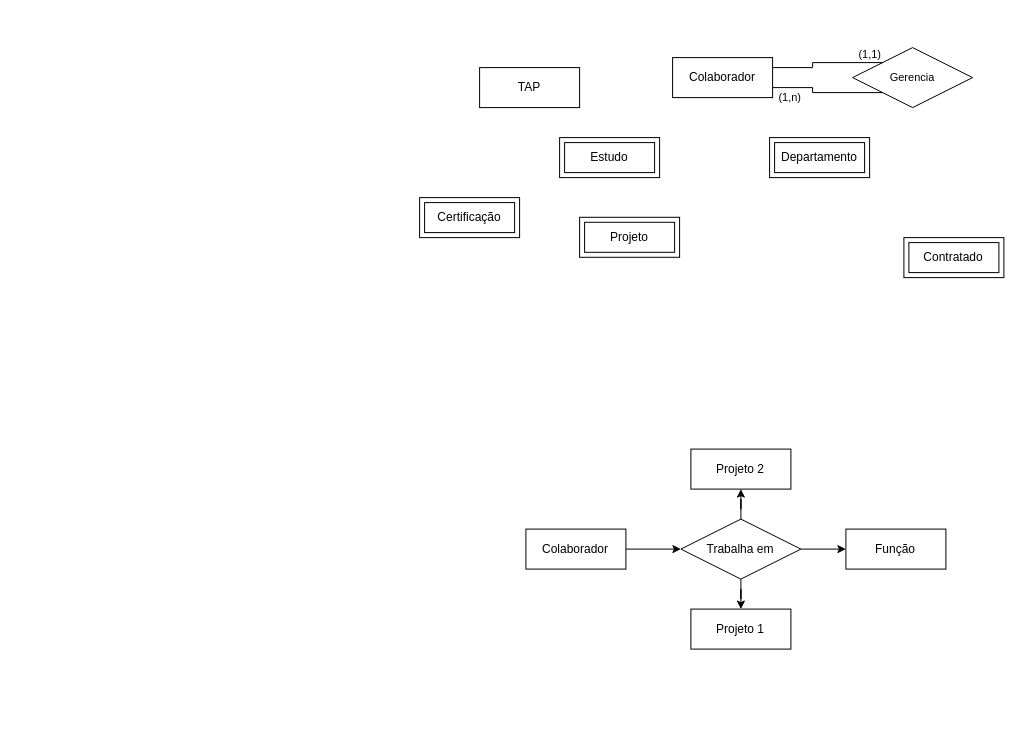
Before: page "Modelo conceitual" (1 of 2) of Ativos de produção.drawio in danielpiupiu/Projetos, a draw.io diagram. Source tidied: cells renumbered, new cells numbered last; positions are measured from the earlier drawing's top-left corner, leaving out a move shared by most shapes. Both pictures are drawn from the tidied source at 100%, with x=0, y=0 at pixel (419, 47).
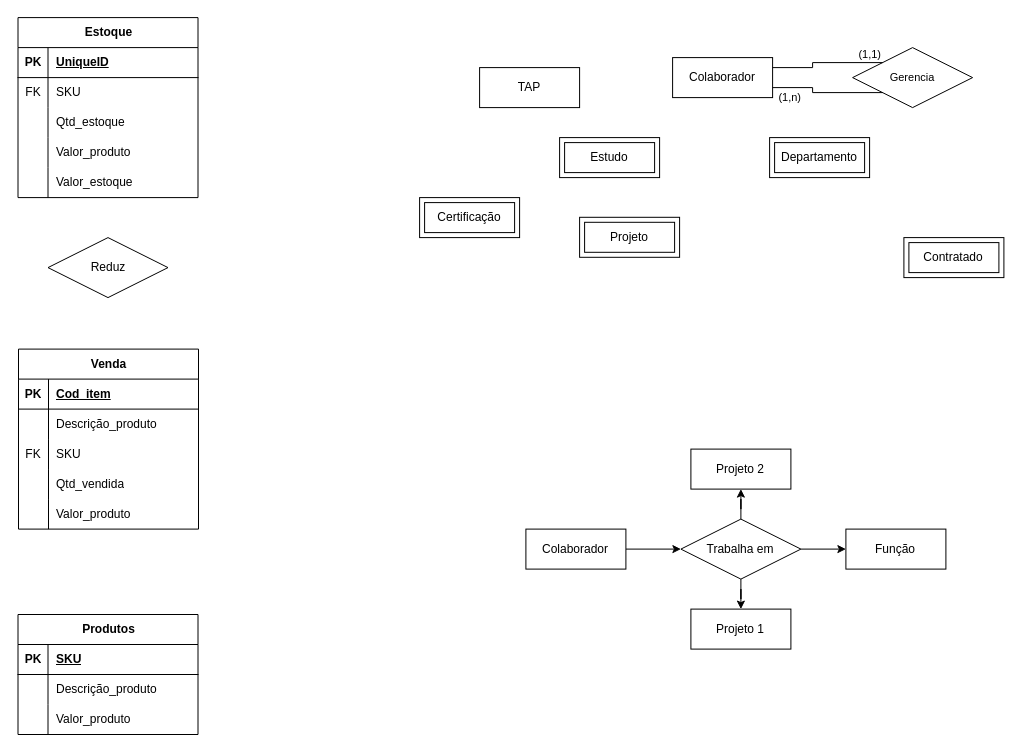
The same page after the edit.

What changed in the source:
```diff
@@
+    <mxCell id="23" value="Venda" style="shape=table;startSize=30;childLayout=tableLayout;rowLines=0;fontStyle=1;align=center;html=1;" parent="1" vertex="1">
+      <mxGeometry x="-401" y="301.6" width="180" height="180" as="geometry" />
+    </mxCell>
+    <mxCell id="24" style="shape=tableRow;horizontal=0;startSize=0;swimlaneHead=0;swimlaneBody=0;fillColor=none;top=0;left=0;right=0;bottom=1;" parent="23" vertex="1">
+      <mxGeometry y="30" width="180" height="30" as="geometry" />
+    </mxCell>
+    <mxCell id="25" value="PK" style="shape=partialRectangle;fillColor=none;top=0;left=0;bottom=0;right=0;fontStyle=1;overflow=hidden;whiteSpace=wrap;html=1;" parent="24" vertex="1">
+      <mxGeometry width="30" height="30" as="geometry" />
+    </mxCell>
+    <mxCell id="26" value="Cod_item" style="shape=partialRectangle;fillColor=none;top=0;left=0;bottom=0;right=0;align=left;spacingLeft=6;fontStyle=5;overflow=hidden;whiteSpace=wrap;html=1;" parent="24" vertex="1">
+      <mxGeometry x="30" width="150" height="30" as="geometry" />
+    </mxCell>
+    <mxCell id="27" style="shape=tableRow;horizontal=0;startSize=0;swimlaneHead=0;swimlaneBody=0;fillColor=none;top=0;left=0;right=0;bottom=0;" parent="23" vertex="1">
+      <mxGeometry y="60" width="180" height="30" as="geometry" />
+    </mxCell>
+    <mxCell id="28" style="shape=partialRectangle;fillColor=none;top=0;left=0;bottom=0;right=0;overflow=hidden;whiteSpace=wrap;html=1;" parent="27" vertex="1">
+      <mxGeometry width="30" height="30" as="geometry" />
+    </mxCell>
+    <mxCell id="29" value="Descrição_produto" style="shape=partialRectangle;fillColor=none;top=0;left=0;bottom=0;right=0;align=left;spacingLeft=6;overflow=hidden;whiteSpace=wrap;html=1;" parent="27" vertex="1">
+      <mxGeometry x="30" width="150" height="30" as="geometry" />
+    </mxCell>
+    <mxCell id="30" style="shape=tableRow;horizontal=0;startSize=0;swimlaneHead=0;swimlaneBody=0;fillColor=none;top=0;left=0;right=0;bottom=0;" parent="23" vertex="1">
+      <mxGeometry y="90" width="180" height="30" as="geometry" />
+    </mxCell>
+    <mxCell id="31" value="FK" style="shape=partialRectangle;fillColor=none;top=0;left=0;bottom=0;right=0;overflow=hidden;whiteSpace=wrap;html=1;" parent="30" vertex="1">
+      <mxGeometry width="30" height="30" as="geometry" />
+    </mxCell>
+    <mxCell id="32" value="SKU" style="shape=partialRectangle;fillColor=none;top=0;left=0;bottom=0;right=0;align=left;spacingLeft=6;overflow=hidden;whiteSpace=wrap;html=1;" parent="30" vertex="1">
+      <mxGeometry x="30" width="150" height="30" as="geometry" />
+    </mxCell>
+    <mxCell id="33" style="shape=tableRow;horizontal=0;startSize=0;swimlaneHead=0;swimlaneBody=0;fillColor=none;top=0;left=0;right=0;bottom=0;" parent="23" vertex="1">
+      <mxGeometry y="120" width="180" height="30" as="geometry" />
+    </mxCell>
+    <mxCell id="34" style="shape=partialRectangle;fillColor=none;top=0;left=0;bottom=0;right=0;overflow=hidden;whiteSpace=wrap;html=1;" parent="33" vertex="1">
+      <mxGeometry width="30" height="30" as="geometry" />
+    </mxCell>
+    <mxCell id="35" value="Qtd_vendida" style="shape=partialRectangle;fillColor=none;top=0;left=0;bottom=0;right=0;align=left;spacingLeft=6;overflow=hidden;whiteSpace=wrap;html=1;" parent="33" vertex="1">
+      <mxGeometry x="30" width="150" height="30" as="geometry" />
+    </mxCell>
+    <mxCell id="36" style="shape=tableRow;horizontal=0;startSize=0;swimlaneHead=0;swimlaneBody=0;fillColor=none;top=0;left=0;right=0;bottom=0;" parent="23" vertex="1">
+      <mxGeometry y="150" width="180" height="30" as="geometry" />
+    </mxCell>
+    <mxCell id="37" style="shape=partialRectangle;fillColor=none;top=0;left=0;bottom=0;right=0;overflow=hidden;whiteSpace=wrap;html=1;" parent="36" vertex="1">
+      <mxGeometry width="30" height="30" as="geometry" />
+    </mxCell>
+    <mxCell id="38" value="Valor_produto" style="shape=partialRectangle;fillColor=none;top=0;left=0;bottom=0;right=0;align=left;spacingLeft=6;overflow=hidden;whiteSpace=wrap;html=1;" parent="36" vertex="1">
+      <mxGeometry x="30" width="150" height="30" as="geometry" />
+    </mxCell>
+    <mxCell id="39" value="Estoque" style="shape=table;startSize=30;childLayout=tableLayout;rowLines=0;fontStyle=1;align=center;html=1;" parent="1" vertex="1">
+      <mxGeometry x="-401.5" y="-29.9" width="180" height="180" as="geometry" />
+    </mxCell>
+    <mxCell id="40" style="shape=tableRow;horizontal=0;startSize=0;swimlaneHead=0;swimlaneBody=0;fillColor=none;top=0;left=0;right=0;bottom=1;" parent="39" vertex="1">
+      <mxGeometry y="30" width="180" height="30" as="geometry" />
+    </mxCell>
+    <mxCell id="41" value="PK" style="shape=partialRectangle;fillColor=none;top=0;left=0;bottom=0;right=0;fontStyle=1;overflow=hidden;whiteSpace=wrap;html=1;" parent="40" vertex="1">
+      <mxGeometry width="30" height="30" as="geometry" />
+    </mxCell>
+    <mxCell id="42" value="UniqueID" style="shape=partialRectangle;fillColor=none;top=0;left=0;bottom=0;right=0;align=left;spacingLeft=6;fontStyle=5;overflow=hidden;whiteSpace=wrap;html=1;" parent="40" vertex="1">
+      <mxGeometry x="30" width="150" height="30" as="geometry" />
+    </mxCell>
+    <mxCell id="43" style="shape=tableRow;horizontal=0;startSize=0;swimlaneHead=0;swimlaneBody=0;fillColor=none;top=0;left=0;right=0;bottom=0;" parent="39" vertex="1">
+      <mxGeometry y="60" width="180" height="30" as="geometry" />
+    </mxCell>
+    <mxCell id="44" value="FK" style="shape=partialRectangle;fillColor=none;top=0;left=0;bottom=0;right=0;overflow=hidden;whiteSpace=wrap;html=1;" parent="43" vertex="1">
+      <mxGeometry width="30" height="30" as="geometry" />
+    </mxCell>
+    <mxCell id="45" value="SKU" style="shape=partialRectangle;fillColor=none;top=0;left=0;bottom=0;right=0;align=left;spacingLeft=6;overflow=hidden;whiteSpace=wrap;html=1;" parent="43" vertex="1">
+      <mxGeometry x="30" width="150" height="30" as="geometry" />
+    </mxCell>
+    <mxCell id="46" style="shape=tableRow;horizontal=0;startSize=0;swimlaneHead=0;swimlaneBody=0;fillColor=none;top=0;left=0;right=0;bottom=0;" parent="39" vertex="1">
+      <mxGeometry y="90" width="180" height="30" as="geometry" />
+    </mxCell>
+    <mxCell id="47" style="shape=partialRectangle;fillColor=none;top=0;left=0;bottom=0;right=0;overflow=hidden;whiteSpace=wrap;html=1;" parent="46" vertex="1">
+      <mxGeometry width="30" height="30" as="geometry" />
+    </mxCell>
+    <mxCell id="48" value="Qtd_estoque" style="shape=partialRectangle;fillColor=none;top=0;left=0;bottom=0;right=0;align=left;spacingLeft=6;overflow=hidden;whiteSpace=wrap;html=1;" parent="46" vertex="1">
+      <mxGeometry x="30" width="150" height="30" as="geometry" />
+    </mxCell>
+    <mxCell id="49" style="shape=tableRow;horizontal=0;startSize=0;swimlaneHead=0;swimlaneBody=0;fillColor=none;top=0;left=0;right=0;bottom=0;" parent="39" vertex="1">
+      <mxGeometry y="120" width="180" height="30" as="geometry" />
+    </mxCell>
+    <mxCell id="50" style="shape=partialRectangle;fillColor=none;top=0;left=0;bottom=0;right=0;overflow=hidden;whiteSpace=wrap;html=1;" parent="49" vertex="1">
+      <mxGeometry width="30" height="30" as="geometry" />
+    </mxCell>
+    <mxCell id="51" value="Valor_produto" style="shape=partialRectangle;fillColor=none;top=0;left=0;bottom=0;right=0;align=left;spacingLeft=6;overflow=hidden;whiteSpace=wrap;html=1;" parent="49" vertex="1">
+      <mxGeometry x="30" width="150" height="30" as="geometry" />
+    </mxCell>
+    <mxCell id="52" style="shape=tableRow;horizontal=0;startSize=0;swimlaneHead=0;swimlaneBody=0;fillColor=none;top=0;left=0;right=0;bottom=0;" parent="39" vertex="1">
+      <mxGeometry y="150" width="180" height="30" as="geometry" />
+    </mxCell>
+    <mxCell id="53" style="shape=partialRectangle;fillColor=none;top=0;left=0;bottom=0;right=0;overflow=hidden;whiteSpace=wrap;html=1;" parent="52" vertex="1">
+      <mxGeometry width="30" height="30" as="geometry" />
+    </mxCell>
+    <mxCell id="54" value="Valor_estoque" style="shape=partialRectangle;fillColor=none;top=0;left=0;bottom=0;right=0;align=left;spacingLeft=6;overflow=hidden;whiteSpace=wrap;html=1;" parent="52" vertex="1">
+      <mxGeometry x="30" width="150" height="30" as="geometry" />
+    </mxCell>
+    <mxCell id="55" value="Produtos" style="shape=table;startSize=30;childLayout=tableLayout;rowLines=0;fontStyle=1;align=center;html=1;" parent="1" vertex="1">
+      <mxGeometry x="-401.5" y="567" width="180" height="120" as="geometry" />
+    </mxCell>
+    <mxCell id="56" style="shape=tableRow;horizontal=0;startSize=0;swimlaneHead=0;swimlaneBody=0;fillColor=none;top=0;left=0;right=0;bottom=1;" parent="55" vertex="1">
+      <mxGeometry y="30" width="180" height="30" as="geometry" />
+    </mxCell>
+    <mxCell id="57" value="PK" style="shape=partialRectangle;fillColor=none;top=0;left=0;bottom=0;right=0;fontStyle=1;overflow=hidden;whiteSpace=wrap;html=1;" parent="56" vertex="1">
+      <mxGeometry width="30" height="30" as="geometry" />
+    </mxCell>
+    <mxCell id="58" value="SKU" style="shape=partialRectangle;fillColor=none;top=0;left=0;bottom=0;right=0;align=left;spacingLeft=6;fontStyle=5;overflow=hidden;whiteSpace=wrap;html=1;" parent="56" vertex="1">
+      <mxGeometry x="30" width="150" height="30" as="geometry" />
+    </mxCell>
+    <mxCell id="59" style="shape=tableRow;horizontal=0;startSize=0;swimlaneHead=0;swimlaneBody=0;fillColor=none;top=0;left=0;right=0;bottom=0;" parent="55" vertex="1">
+      <mxGeometry y="60" width="180" height="30" as="geometry" />
+    </mxCell>
+    <mxCell id="60" style="shape=partialRectangle;fillColor=none;top=0;left=0;bottom=0;right=0;overflow=hidden;whiteSpace=wrap;html=1;" parent="59" vertex="1">
+      <mxGeometry width="30" height="30" as="geometry" />
+    </mxCell>
+    <mxCell id="61" value="Descrição_produto" style="shape=partialRectangle;fillColor=none;top=0;left=0;bottom=0;right=0;align=left;spacingLeft=6;overflow=hidden;whiteSpace=wrap;html=1;" parent="59" vertex="1">
+      <mxGeometry x="30" width="150" height="30" as="geometry" />
+    </mxCell>
+    <mxCell id="62" style="shape=tableRow;horizontal=0;startSize=0;swimlaneHead=0;swimlaneBody=0;fillColor=none;top=0;left=0;right=0;bottom=0;" parent="55" vertex="1">
+      <mxGeometry y="90" width="180" height="30" as="geometry" />
+    </mxCell>
+    <mxCell id="63" style="shape=partialRectangle;fillColor=none;top=0;left=0;bottom=0;right=0;overflow=hidden;whiteSpace=wrap;html=1;" parent="62" vertex="1">
+      <mxGeometry width="30" height="30" as="geometry" />
+    </mxCell>
+    <mxCell id="64" value="Valor_produto" style="shape=partialRectangle;fillColor=none;top=0;left=0;bottom=0;right=0;align=left;spacingLeft=6;overflow=hidden;whiteSpace=wrap;html=1;" parent="62" vertex="1">
+      <mxGeometry x="30" width="150" height="30" as="geometry" />
+    </mxCell>
+    <mxCell id="65" value="Reduz" style="shape=rhombus;perimeter=rhombusPerimeter;whiteSpace=wrap;html=1;align=center;" parent="1" vertex="1">
+      <mxGeometry x="-371.5" y="190.1" width="120" height="60" as="geometry" />
+    </mxCell>
```
